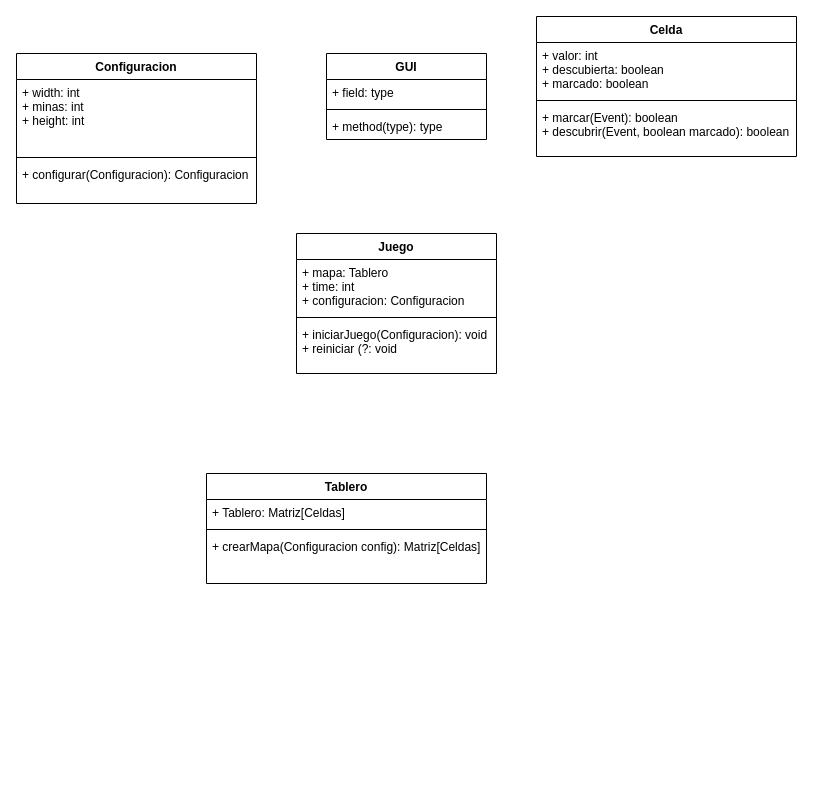
Before: diagramaDeClases.drawio in Paskiben/Tarea-INFO229, a draw.io diagram. Source tidied: cells renumbered, new cells numbered last; positions are measured from the earlier drawing's top-left corner, leaving out a move shared by most shapes. Both pictures are drawn from the tidied source at 100%, with x=0, y=0 at pixel (16, 16).
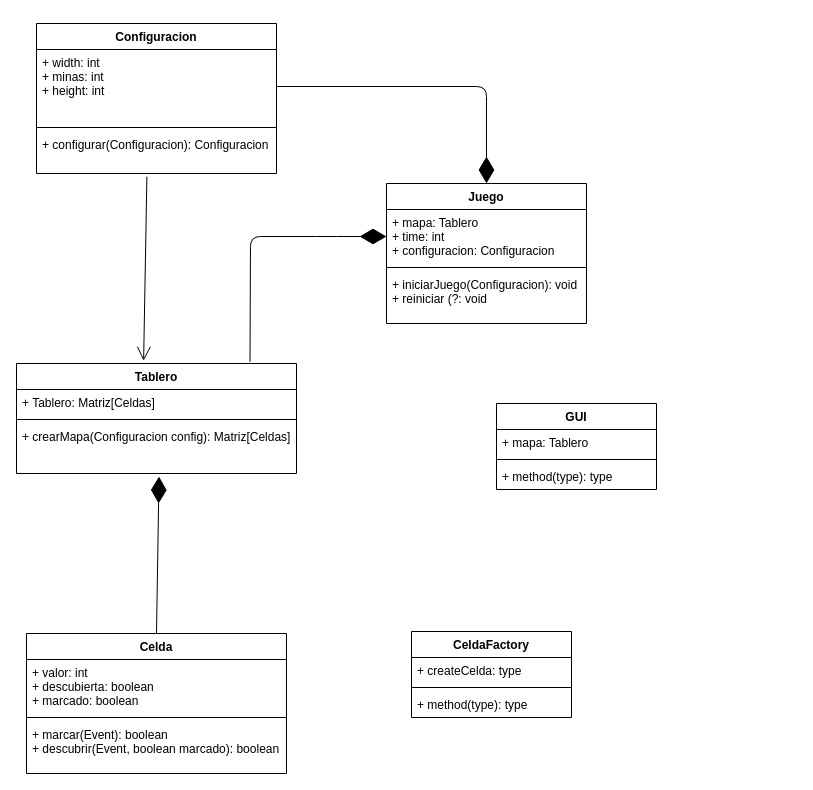
The same diagram, later.

Commit message (it also covers changes not shown here):
Ejemplos profe y avanze diagrama de clases

The change refers to these unchanged cells:
```xml
<mxCell id="11" value="+ mapa: Tablero&#10;+ time: int&#10;+ configuracion: Configuracion" style="text;strokeColor=none;fillColor=none;align=left;verticalAlign=top;spacingLeft=4;spacingRight=4;overflow=hidden;points=[[0,0.5],[1,0.5]];portConstraint=eastwest;" parent="10" vertex="1">
  <mxGeometry y="26" width="200" height="54" as="geometry" />
</mxCell>
<mxCell id="17" value="+ crearMapa(Configuracion config): Matriz[Celdas]" style="text;strokeColor=none;fillColor=none;align=left;verticalAlign=top;spacingLeft=4;spacingRight=4;overflow=hidden;points=[[0,0.5],[1,0.5]];portConstraint=eastwest;" parent="14" vertex="1">
  <mxGeometry y="60" width="280" height="50" as="geometry" />
</mxCell>
<mxCell id="19" value="+ width: int&#10;+ minas: int&#10;+ height: int" style="text;strokeColor=none;fillColor=none;align=left;verticalAlign=top;spacingLeft=4;spacingRight=4;overflow=hidden;points=[[0,0.5],[1,0.5]];portConstraint=eastwest;" parent="18" vertex="1">
  <mxGeometry y="26" width="240" height="74" as="geometry" />
</mxCell>
<mxCell id="21" value="+ configurar(Configuracion): Configuracion" style="text;strokeColor=none;fillColor=none;align=left;verticalAlign=top;spacingLeft=4;spacingRight=4;overflow=hidden;points=[[0,0.5],[1,0.5]];portConstraint=eastwest;" parent="18" vertex="1">
  <mxGeometry y="108" width="240" height="42" as="geometry" />
</mxCell>
```

Diff of the diagram source:
```diff
@@
     <mxCell id="2" value="Celda" style="swimlane;fontStyle=1;align=center;verticalAlign=top;horizontal=1;startSize=26;" parent="1" vertex="1">
-      <mxGeometry x="520" width="260" height="140" as="geometry" />
+      <mxGeometry x="10" y="617" width="260" height="140" as="geometry" />
     </mxCell>
@@
     <mxCell id="6" value="GUI" style="swimlane;fontStyle=1;align=center;verticalAlign=top;horizontal=1;startSize=26;" parent="1" vertex="1">
-      <mxGeometry x="310" y="37" width="160" height="86" as="geometry" />
+      <mxGeometry x="480" y="387" width="160" height="86" as="geometry" />
     </mxCell>
-    <mxCell id="7" value="+ field: type" style="text;strokeColor=none;fillColor=none;align=left;verticalAlign=top;spacingLeft=4;spacingRight=4;overflow=hidden;" parent="6" vertex="1">
+    <mxCell id="7" value="+ mapa: Tablero" style="text;strokeColor=none;fillColor=none;align=left;verticalAlign=top;spacingLeft=4;spacingRight=4;overflow=hidden;" parent="6" vertex="1">
       <mxGeometry y="26" width="160" height="26" as="geometry" />
     </mxCell>
@@
     <mxCell id="10" value="Juego" style="swimlane;fontStyle=1;align=center;verticalAlign=top;horizontal=1;startSize=26;" parent="1" vertex="1">
-      <mxGeometry x="280" y="217" width="200" height="140" as="geometry" />
+      <mxGeometry x="370" y="167" width="200" height="140" as="geometry" />
     </mxCell>
@@
     <mxCell id="14" value="Tablero" style="swimlane;fontStyle=1;align=center;verticalAlign=top;horizontal=1;startSize=26;" parent="1" vertex="1">
-      <mxGeometry x="190" y="457" width="280" height="110" as="geometry" />
+      <mxGeometry y="347" width="280" height="110" as="geometry" />
     </mxCell>
@@
     <mxCell id="18" value="Configuracion" style="swimlane;fontStyle=1;align=center;verticalAlign=top;horizontal=1;startSize=26;" parent="1" vertex="1">
-      <mxGeometry y="37" width="240" height="150" as="geometry" />
+      <mxGeometry x="20" y="7" width="240" height="150" as="geometry" />
     </mxCell>
@@
+    <mxCell id="22" style="endArrow=diamondThin;endFill=1;endSize=24;html=1;exitX=0.834;exitY=-0.016;exitDx=0;exitDy=0;entryX=0;entryY=0.5;entryDx=0;entryDy=0;exitPerimeter=0;" parent="1" edge="1" source="14" target="11">
+      <mxGeometry relative="1" as="geometry">
+        <Array as="points">
+          <mxPoint x="234" y="220" />
+          <mxPoint x="310" y="220" />
+        </Array>
+      </mxGeometry>
+    </mxCell>
+    <mxCell id="23" style="endArrow=diamondThin;endFill=1;endSize=24;html=1;exitX=0.5;exitY=0;exitDx=0;exitDy=0;entryX=0.509;entryY=1.061;entryDx=0;entryDy=0;entryPerimeter=0;" parent="1" edge="1" source="2" target="17">
+      <mxGeometry relative="1" as="geometry" />
+    </mxCell>
+    <mxCell id="24" style="endArrow=open;endFill=1;endSize=12;html=1;exitX=0.46;exitY=1.076;exitDx=0;exitDy=0;exitPerimeter=0;entryX=0.454;entryY=-0.025;entryDx=0;entryDy=0;entryPerimeter=0;" parent="1" edge="1" source="21" target="14">
+      <mxGeometry relative="1" as="geometry" />
+    </mxCell>
+    <mxCell id="25" style="endArrow=diamondThin;endFill=1;endSize=24;html=1;exitX=1;exitY=0.5;exitDx=0;exitDy=0;entryX=0.5;entryY=0;entryDx=0;entryDy=0;" parent="1" edge="1" source="19" target="10">
+      <mxGeometry relative="1" as="geometry">
+        <Array as="points">
+          <mxPoint x="470" y="70" />
+        </Array>
+      </mxGeometry>
+    </mxCell>
+    <mxCell id="26" value="CeldaFactory" style="swimlane;fontStyle=1;align=center;verticalAlign=top;horizontal=1;startSize=26;" parent="1" vertex="1">
+      <mxGeometry x="395" y="615" width="160" height="86" as="geometry" />
+    </mxCell>
+    <mxCell id="27" value="+ createCelda: type" style="text;strokeColor=none;fillColor=none;align=left;verticalAlign=top;spacingLeft=4;spacingRight=4;overflow=hidden;" parent="26" vertex="1">
+      <mxGeometry y="26" width="160" height="26" as="geometry" />
+    </mxCell>
+    <mxCell id="28" style="line;strokeWidth=1;fillColor=none;align=left;verticalAlign=middle;spacingTop=-1;spacingLeft=3;spacingRight=3;labelPosition=right;strokeColor=inherit;" parent="26" vertex="1">
+      <mxGeometry y="52" width="160" height="8" as="geometry" />
+    </mxCell>
+    <mxCell id="29" value="+ method(type): type" style="text;strokeColor=none;fillColor=none;align=left;verticalAlign=top;spacingLeft=4;spacingRight=4;overflow=hidden;" parent="26" vertex="1">
+      <mxGeometry y="60" width="160" height="26" as="geometry" />
+    </mxCell>
```
